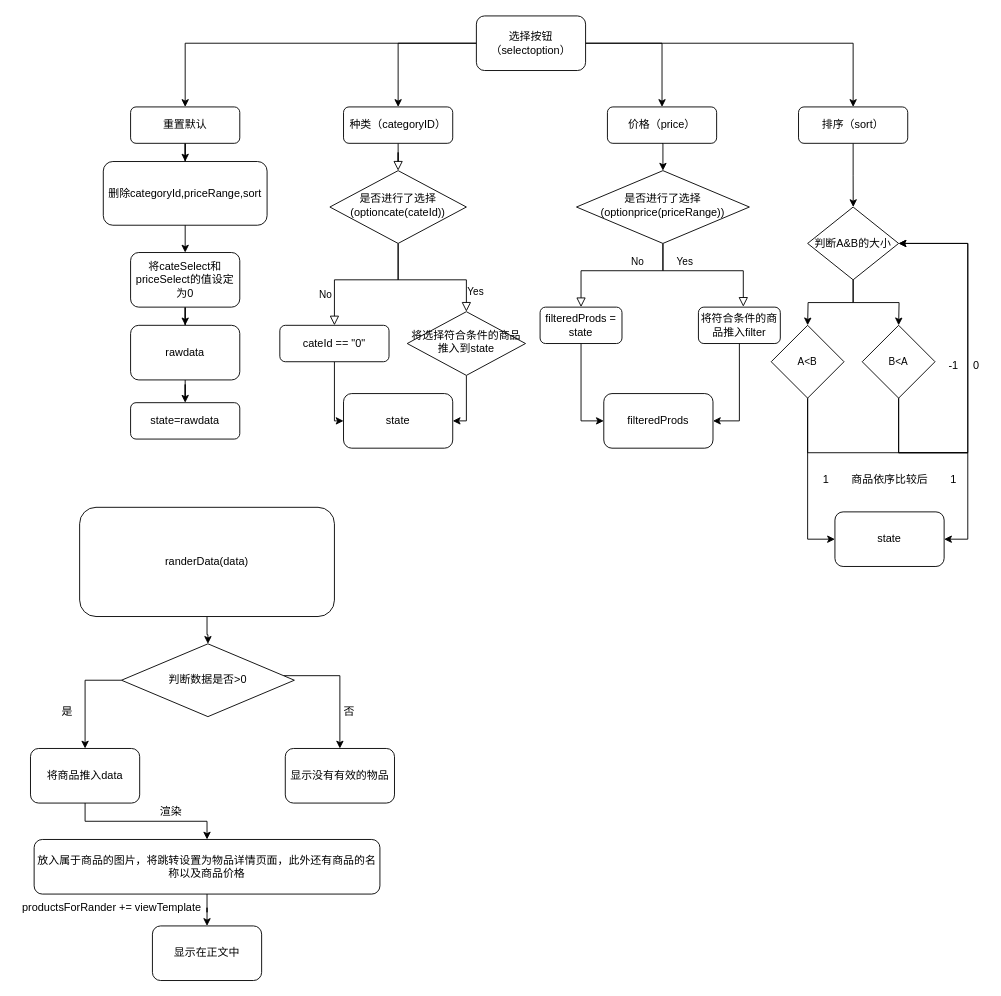
The draw.io diagram Untitled Diagram.drawio in zra1997/luxe-dream, before the edit. Source tidied: cells renumbered, new cells numbered last; positions are measured from the earlier drawing's top-left corner, leaving out a move shared by most shapes. Both pictures are drawn from the tidied source at 91%, with x=0, y=0 at pixel (15, 15).
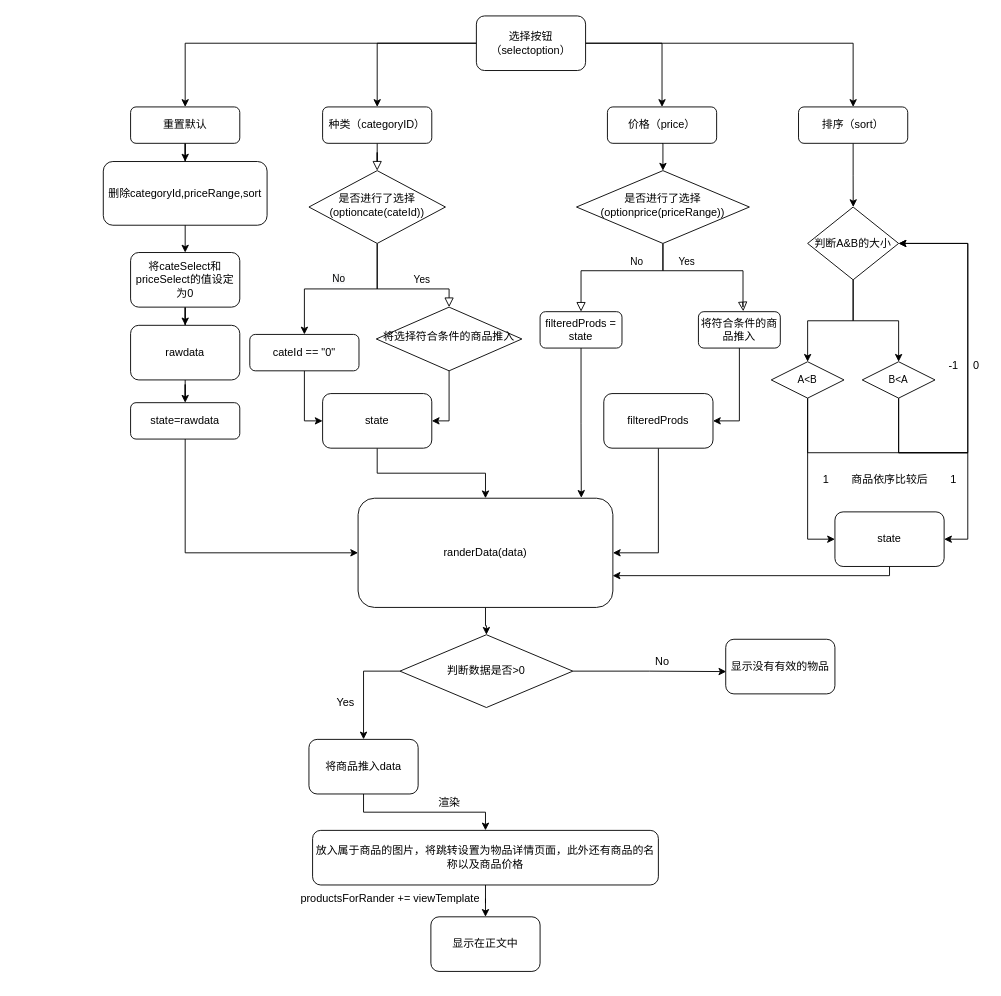
The same diagram, later.

The change refers to these unchanged cells:
```xml
<mxCell id="24" value="判断A&amp;amp;B的大小" style="rhombus;whiteSpace=wrap;html=1;" parent="1" vertex="1">
  <mxGeometry x="870" y="210" width="100" height="80" as="geometry" />
</mxCell>
<mxCell id="60" value="filteredProds" style="rounded=1;whiteSpace=wrap;html=1;" parent="1" vertex="1">
  <mxGeometry x="646" y="415" width="120" height="60" as="geometry" />
</mxCell>
<mxCell id="62" value="state" style="rounded=1;whiteSpace=wrap;html=1;" parent="1" vertex="1">
  <mxGeometry x="900" y="545" width="120" height="60" as="geometry" />
</mxCell>
<mxCell id="67" value="state=rawdata" style="rounded=1;whiteSpace=wrap;html=1;fontSize=12;glass=0;strokeWidth=1;shadow=0;" parent="1" vertex="1">
  <mxGeometry x="126" y="425" width="120" height="40" as="geometry" />
</mxCell>
```

Diff of the diagram source:
```diff
@@
     <mxCell id="3" value="种类（categoryID）" style="rounded=1;whiteSpace=wrap;html=1;fontSize=12;glass=0;strokeWidth=1;shadow=0;" parent="1" vertex="1">
-      <mxGeometry x="360" y="100" width="120" height="40" as="geometry" />
+      <mxGeometry x="337" y="100" width="120" height="40" as="geometry" />
     </mxCell>
-    <mxCell id="4" value="Yes" style="rounded=0;html=1;jettySize=auto;fontSize=11;endArrow=block;endFill=0;endSize=8;strokeWidth=1;shadow=0;labelBackgroundColor=none;edgeStyle=orthogonalEdgeStyle;exitX=0.5;exitY=1;exitDx=0;exitDy=0;" parent="1" edge="1" source="6" target="12">
-      <mxGeometry x="0.71" y="10" relative="1" as="geometry">
+    <mxCell id="4" value="Yes" style="rounded=0;html=1;jettySize=auto;fontSize=11;endArrow=block;endFill=0;endSize=8;strokeWidth=1;shadow=0;labelBackgroundColor=none;edgeStyle=orthogonalEdgeStyle;exitX=0.5;exitY=1;exitDx=0;exitDy=0;entryX=0.5;entryY=0;entryDx=0;entryDy=0;" parent="1" edge="1" source="6" target="12">
+      <mxGeometry x="0.33" y="10" relative="1" as="geometry">
         <Array as="points">
-          <mxPoint x="420" y="290" />
-          <mxPoint x="495" y="290" />
+          <mxPoint x="397" y="300" />
+          <mxPoint x="476" y="300" />
         </Array>
       </mxGeometry>
     </mxCell>
-    <mxCell id="5" value="No" style="edgeStyle=orthogonalEdgeStyle;rounded=0;html=1;jettySize=auto;fontSize=11;endArrow=block;endFill=0;endSize=8;strokeWidth=1;shadow=0;labelBackgroundColor=none;exitX=0.5;exitY=1;exitDx=0;exitDy=0;" parent="1" edge="1" source="6" target="8">
-      <mxGeometry x="0.57" y="-10" relative="1" as="geometry">
-        <Array as="points">
-          <mxPoint x="420" y="290" />
-          <mxPoint x="350" y="290" />
-        </Array>
-      </mxGeometry>
-    </mxCell>
+    <mxCell id="68" style="edgeStyle=orthogonalEdgeStyle;rounded=0;jettySize=auto;html=1;entryX=0.5;entryY=0;entryDx=0;entryDy=0;" parent="1" edge="1" source="6" target="8">
+      <mxGeometry relative="1" as="geometry" />
+    </mxCell>
     <mxCell id="6" value="是否进行了选择(optioncate(cateId))" style="rhombus;whiteSpace=wrap;html=1;shadow=0;fontFamily=Helvetica;fontSize=12;align=center;strokeWidth=1;spacing=6;spacingTop=-4;" parent="1" vertex="1">
-      <mxGeometry x="345" y="170" width="150" height="80" as="geometry" />
+      <mxGeometry x="322" y="170" width="150" height="80" as="geometry" />
     </mxCell>
     <mxCell id="7" style="edgeStyle=orthogonalEdgeStyle;rounded=0;jettySize=auto;html=1;entryX=0;entryY=0.5;entryDx=0;entryDy=0;" parent="1" edge="1" source="8" target="59">
-      <mxGeometry relative="1" as="geometry">
-        <Array as="points">
-          <mxPoint x="350" y="445" />
-        </Array>
-      </mxGeometry>
+      <mxGeometry relative="1" as="geometry" />
     </mxCell>
     <mxCell id="8" value="cateId == &quot;0&quot;" style="rounded=1;whiteSpace=wrap;html=1;fontSize=12;glass=0;strokeWidth=1;shadow=0;" parent="1" vertex="1">
-      <mxGeometry x="290" y="340" width="120" height="40" as="geometry" />
+      <mxGeometry x="257" y="350" width="120" height="40" as="geometry" />
     </mxCell>
@@
     <mxCell id="11" style="edgeStyle=orthogonalEdgeStyle;rounded=0;jettySize=auto;html=1;entryX=1;entryY=0.5;entryDx=0;entryDy=0;exitX=0.5;exitY=1;exitDx=0;exitDy=0;" parent="1" edge="1" source="12" target="59">
       <mxGeometry relative="1" as="geometry">
         <Array as="points">
-          <mxPoint x="495" y="445" />
+          <mxPoint x="476" y="445" />
         </Array>
       </mxGeometry>
     </mxCell>
-    <mxCell id="12" value="将选择符合条件的商品推入到state" style="rhombus;whiteSpace=wrap;html=1;shadow=0;fontFamily=Helvetica;fontSize=12;align=center;strokeWidth=1;spacing=6;spacingTop=-4;" parent="1" vertex="1">
-      <mxGeometry x="430" y="325" width="130" height="70" as="geometry" />
+    <mxCell id="12" value="将选择符合条件的商品推入" style="rhombus;whiteSpace=wrap;html=1;shadow=0;fontFamily=Helvetica;fontSize=12;align=center;strokeWidth=1;spacing=6;spacingTop=-4;" parent="1" vertex="1">
+      <mxGeometry x="396" y="320" width="160" height="70" as="geometry" />
     </mxCell>
-    <mxCell id="13" style="edgeStyle=orthogonalEdgeStyle;rounded=0;jettySize=auto;html=1;entryX=0;entryY=0.5;entryDx=0;entryDy=0;" parent="1" edge="1" source="14" target="60">
-      <mxGeometry relative="1" as="geometry" />
-    </mxCell>
+    <mxCell id="69" style="edgeStyle=orthogonalEdgeStyle;rounded=0;jettySize=auto;html=1;entryX=0.876;entryY=-0.004;entryDx=0;entryDy=0;entryPerimeter=0;" parent="1" edge="1" source="14" target="35">
+      <mxGeometry relative="1" as="geometry" />
+    </mxCell>
     <mxCell id="14" value="filteredProds = state" style="rounded=1;whiteSpace=wrap;html=1;fontSize=12;glass=0;strokeWidth=1;shadow=0;" parent="1" vertex="1">
-      <mxGeometry x="576" y="320" width="90" height="40" as="geometry" />
+      <mxGeometry x="576" y="325" width="90" height="40" as="geometry" />
     </mxCell>
@@
-    <mxCell id="16" value="将符合条件的商品推入filter" style="rounded=1;whiteSpace=wrap;html=1;fontSize=12;glass=0;strokeWidth=1;shadow=0;" parent="1" vertex="1">
-      <mxGeometry x="750" y="320" width="90" height="40" as="geometry" />
+    <mxCell id="16" value="将符合条件的商品推入" style="rounded=1;whiteSpace=wrap;html=1;fontSize=12;glass=0;strokeWidth=1;shadow=0;" parent="1" vertex="1">
+      <mxGeometry x="750" y="325" width="90" height="40" as="geometry" />
     </mxCell>
@@
-    <mxCell id="22" style="edgeStyle=orthogonalEdgeStyle;rounded=0;jettySize=auto;html=1;" parent="1" edge="1" source="24">
-      <mxGeometry relative="1" as="geometry">
-        <mxPoint x="870" y="340" as="targetPoint" />
-      </mxGeometry>
+    <mxCell id="22" style="edgeStyle=orthogonalEdgeStyle;rounded=0;jettySize=auto;html=1;entryX=0.5;entryY=0;entryDx=0;entryDy=0;" parent="1" edge="1" source="24" target="27">
+      <mxGeometry relative="1" as="geometry" />
     </mxCell>
-    <mxCell id="23" style="edgeStyle=orthogonalEdgeStyle;rounded=0;jettySize=auto;html=1;" parent="1" edge="1" source="24">
-      <mxGeometry relative="1" as="geometry">
-        <mxPoint x="970" y="340" as="targetPoint" />
-      </mxGeometry>
+    <mxCell id="23" style="edgeStyle=orthogonalEdgeStyle;rounded=0;jettySize=auto;html=1;entryX=0.5;entryY=0;entryDx=0;entryDy=0;" parent="1" edge="1" source="24" target="30">
+      <mxGeometry relative="1" as="geometry" />
     </mxCell>
@@
     <mxCell id="27" value="&lt;span style=&quot;font-size: 11px; background-color: rgb(255, 255, 255);&quot;&gt;A&amp;lt;B&lt;/span&gt;" style="rhombus;whiteSpace=wrap;html=1;" parent="1" vertex="1">
-      <mxGeometry x="830" y="340" width="80" height="80" as="geometry" />
+      <mxGeometry x="830" y="380" width="80" height="40" as="geometry" />
     </mxCell>
@@
     <mxCell id="30" value="&lt;span style=&quot;font-size: 11px; background-color: rgb(255, 255, 255);&quot;&gt;B&amp;lt;A&lt;/span&gt;" style="rhombus;whiteSpace=wrap;html=1;" parent="1" vertex="1">
-      <mxGeometry x="930" y="340" width="80" height="80" as="geometry" />
+      <mxGeometry x="930" y="380" width="80" height="40" as="geometry" />
     </mxCell>
@@
     <mxCell id="35" value="randerData(data)" style="rounded=1;whiteSpace=wrap;html=1;fontSize=12;glass=0;strokeWidth=1;shadow=0;" parent="1" vertex="1">
-      <mxGeometry x="70" y="540" width="280" height="120" as="geometry" />
+      <mxGeometry x="376" y="530" width="280" height="120" as="geometry" />
     </mxCell>
@@
     <mxCell id="47" style="edgeStyle=orthogonalEdgeStyle;rounded=0;jettySize=auto;html=1;entryX=0.5;entryY=0;entryDx=0;entryDy=0;" parent="1" edge="1" source="49" target="51">
       <mxGeometry relative="1" as="geometry">
         <Array as="points">
-          <mxPoint x="76" y="730" />
+          <mxPoint x="382" y="720" />
         </Array>
       </mxGeometry>
     </mxCell>
-    <mxCell id="48" style="edgeStyle=orthogonalEdgeStyle;rounded=0;jettySize=auto;html=1;entryX=0.5;entryY=0;entryDx=0;entryDy=0;" parent="1" edge="1" source="49" target="52">
-      <mxGeometry relative="1" as="geometry">
-        <Array as="points">
-          <mxPoint x="356" y="725" />
-        </Array>
-      </mxGeometry>
+    <mxCell id="48" style="edgeStyle=orthogonalEdgeStyle;rounded=0;jettySize=auto;html=1;entryX=0.005;entryY=0.592;entryDx=0;entryDy=0;entryPerimeter=0;" parent="1" edge="1" source="49" target="52">
+      <mxGeometry relative="1" as="geometry" />
     </mxCell>
     <mxCell id="49" value="判断数据是否&amp;gt;0" style="rhombus;whiteSpace=wrap;html=1;" parent="1" vertex="1">
-      <mxGeometry x="116" y="690" width="190" height="80" as="geometry" />
+      <mxGeometry x="422" y="680" width="190" height="80" as="geometry" />
     </mxCell>
@@
     <mxCell id="51" value="将商品推入data" style="rounded=1;whiteSpace=wrap;html=1;" parent="1" vertex="1">
-      <mxGeometry x="16" y="805" width="120" height="60" as="geometry" />
+      <mxGeometry x="322" y="795" width="120" height="60" as="geometry" />
     </mxCell>
     <mxCell id="52" value="显示没有有效的物品" style="rounded=1;whiteSpace=wrap;html=1;" parent="1" vertex="1">
-      <mxGeometry x="296" y="805" width="120" height="60" as="geometry" />
+      <mxGeometry x="780" y="685" width="120" height="60" as="geometry" />
     </mxCell>
-    <mxCell id="53" value="是" style="text;html=1;align=center;verticalAlign=middle;strokeColor=none;fillColor=none;" parent="1" vertex="1">
-      <mxGeometry x="41" y="755" width="30" height="20" as="geometry" />
+    <mxCell id="53" value="Yes" style="text;html=1;align=center;verticalAlign=middle;strokeColor=none;fillColor=none;" parent="1" vertex="1">
+      <mxGeometry x="342" y="745" width="40" height="20" as="geometry" />
     </mxCell>
-    <mxCell id="54" value="否" style="text;html=1;align=center;verticalAlign=middle;strokeColor=none;fillColor=none;" parent="1" vertex="1">
-      <mxGeometry x="351" y="755" width="30" height="20" as="geometry" />
+    <mxCell id="54" value="No" style="text;html=1;align=center;verticalAlign=middle;strokeColor=none;fillColor=none;" parent="1" vertex="1">
+      <mxGeometry x="695" y="700" width="30" height="20" as="geometry" />
     </mxCell>
@@
     <mxCell id="56" value="放入属于商品的图片，将跳转设置为物品详情页面，此外还有商品的名称以及商品价格" style="rounded=1;whiteSpace=wrap;html=1;" parent="1" vertex="1">
-      <mxGeometry x="20" y="905" width="380" height="60" as="geometry" />
+      <mxGeometry x="326" y="895" width="380" height="60" as="geometry" />
     </mxCell>
     <mxCell id="57" value="渲染" style="text;html=1;align=center;verticalAlign=middle;strokeColor=none;fillColor=none;" parent="1" vertex="1">
-      <mxGeometry x="150" y="865" width="40" height="20" as="geometry" />
+      <mxGeometry x="456" y="855" width="40" height="20" as="geometry" />
     </mxCell>
     <mxCell id="58" value="显示在正文中" style="rounded=1;whiteSpace=wrap;html=1;" parent="1" vertex="1">
-      <mxGeometry x="150" y="1000" width="120" height="60" as="geometry" />
+      <mxGeometry x="456" y="990" width="120" height="60" as="geometry" />
     </mxCell>
+    <mxCell id="70" style="edgeStyle=orthogonalEdgeStyle;rounded=0;jettySize=auto;html=1;" parent="1" edge="1" source="59" target="35">
+      <mxGeometry relative="1" as="geometry" />
+    </mxCell>
     <mxCell id="59" value="state" style="rounded=1;whiteSpace=wrap;html=1;" parent="1" vertex="1">
-      <mxGeometry x="360" y="415" width="120" height="60" as="geometry" />
+      <mxGeometry x="337" y="415" width="120" height="60" as="geometry" />
     </mxCell>
+    <mxCell id="71" style="edgeStyle=orthogonalEdgeStyle;rounded=0;jettySize=auto;html=1;entryX=1;entryY=0.5;entryDx=0;entryDy=0;" parent="1" edge="1" source="60" target="35">
+      <mxGeometry relative="1" as="geometry">
+        <Array as="points">
+          <mxPoint x="706" y="590" />
+        </Array>
+      </mxGeometry>
+    </mxCell>
@@
     <mxCell id="61" value="&lt;span style=&quot;&quot;&gt;productsForRander += viewTemplate&lt;/span&gt;" style="text;html=1;align=center;verticalAlign=middle;strokeColor=none;fillColor=none;" parent="1" vertex="1">
-      <mxGeometry y="970" width="210" height="20" as="geometry" />
+      <mxGeometry x="306" y="960" width="210" height="20" as="geometry" />
     </mxCell>
+    <mxCell id="72" style="edgeStyle=orthogonalEdgeStyle;rounded=0;jettySize=auto;html=1;entryX=0.999;entryY=0.709;entryDx=0;entryDy=0;entryPerimeter=0;" parent="1" edge="1" source="62" target="35">
+      <mxGeometry relative="1" as="geometry">
+        <Array as="points">
+          <mxPoint x="960" y="615" />
+        </Array>
+      </mxGeometry>
+    </mxCell>
@@
+    <mxCell id="73" style="edgeStyle=orthogonalEdgeStyle;rounded=0;jettySize=auto;html=1;entryX=0;entryY=0.5;entryDx=0;entryDy=0;" parent="1" edge="1" source="67" target="35">
+      <mxGeometry relative="1" as="geometry">
+        <Array as="points">
+          <mxPoint x="186" y="590" />
+        </Array>
+      </mxGeometry>
+    </mxCell>
@@
+    <mxCell id="5" value="&lt;span style=&quot;color: rgb(0, 0, 0); font-family: Helvetica; font-size: 11px; font-style: normal; font-variant-ligatures: normal; font-variant-caps: normal; font-weight: 400; letter-spacing: normal; orphans: 2; text-align: center; text-indent: 0px; text-transform: none; widows: 2; word-spacing: 0px; -webkit-text-stroke-width: 0px; background-color: rgb(248, 249, 250); text-decoration-thickness: initial; text-decoration-style: initial; text-decoration-color: initial; float: none; display: inline !important;&quot;&gt;No&lt;/span&gt;" style="text;whiteSpace=wrap;html=1;" parent="1" vertex="1">
+      <mxGeometry x="346" y="275" width="50" height="30" as="geometry" />
+    </mxCell>
```
